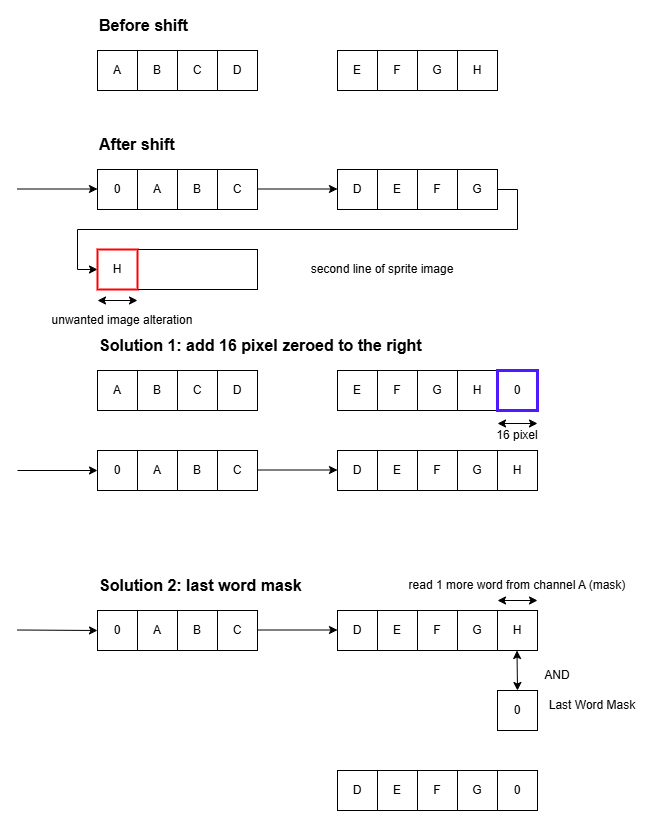
stefanocoppi/amiga_game_prog keeps this draw.io diagram as tutorials/images/blitter_shift.drawio.png. Above is the earlier version. Source tidied: cells renumbered, new cells last; positions are measured from the earlier drawing's top-left corner, leaving out a move shared by most shapes.
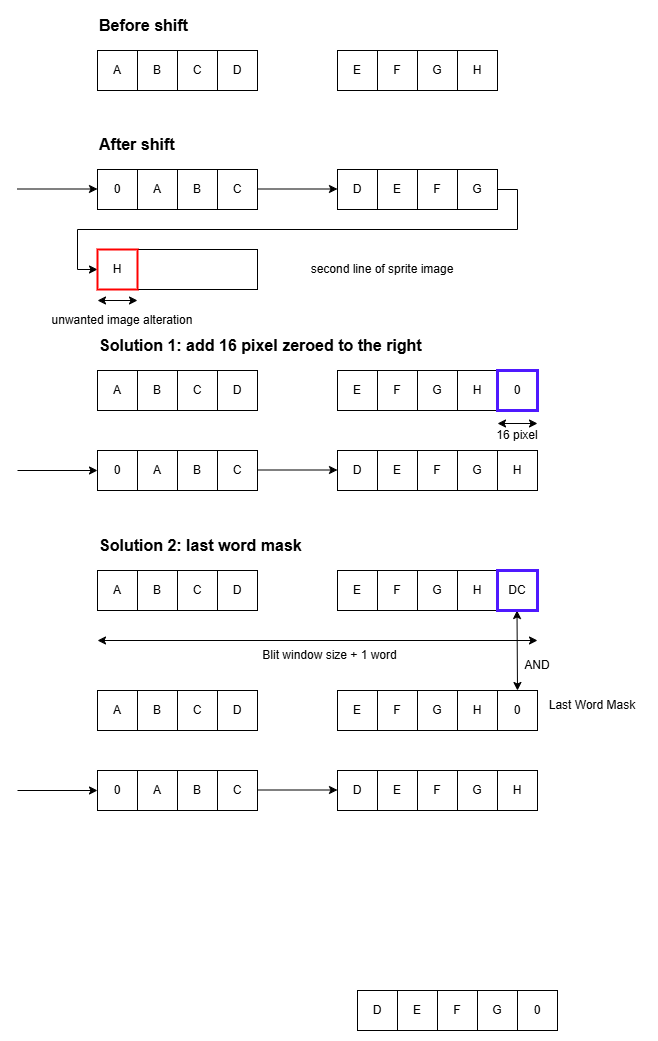
Later version of the same file.

Diff of the diagram source:
```diff
@@ -89,52 +89,8 @@
     <mxCell id="28" value="&lt;b&gt;&lt;font style=&quot;font-size: 16px;&quot;&gt;After shift&lt;/font&gt;&lt;/b&gt;" style="text;html=1;align=left;verticalAlign=middle;whiteSpace=wrap;rounded=0;" parent="1" vertex="1">
       <mxGeometry x="80" y="119" width="110" height="30" as="geometry" />
     </mxCell>
-    <mxCell id="29" style="rounded=0;whiteSpace=wrap;html=1;" parent="1" vertex="1">
-      <mxGeometry x="80" y="600" width="160" height="40" as="geometry" />
-    </mxCell>
-    <mxCell id="30" style="rounded=0;whiteSpace=wrap;html=1;" parent="1" vertex="1">
-      <mxGeometry x="320" y="600" width="200" height="40" as="geometry" />
-    </mxCell>
-    <mxCell id="31" style="endArrow=classic;html=1;rounded=0;entryX=0;entryY=0.5;entryDx=0;entryDy=0;" parent="1" edge="1" target="33">
-      <mxGeometry relative="1" as="geometry">
-        <mxPoint y="619.5" as="sourcePoint" />
-      </mxGeometry>
-    </mxCell>
-    <mxCell id="32" style="endArrow=classic;html=1;rounded=0;" parent="1" edge="1">
-      <mxGeometry relative="1" as="geometry">
-        <mxPoint x="240" y="619.5" as="sourcePoint" />
-        <mxPoint x="320" y="619.5" as="targetPoint" />
-      </mxGeometry>
-    </mxCell>
-    <mxCell id="33" value="0" style="rounded=0;whiteSpace=wrap;html=1;" parent="1" vertex="1">
-      <mxGeometry x="80" y="600" width="40" height="40" as="geometry" />
-    </mxCell>
-    <mxCell id="34" value="A" style="rounded=0;whiteSpace=wrap;html=1;" parent="1" vertex="1">
-      <mxGeometry x="120" y="600" width="40" height="40" as="geometry" />
-    </mxCell>
-    <mxCell id="35" value="B" style="rounded=0;whiteSpace=wrap;html=1;" parent="1" vertex="1">
-      <mxGeometry x="160" y="600" width="40" height="40" as="geometry" />
-    </mxCell>
-    <mxCell id="36" value="C" style="rounded=0;whiteSpace=wrap;html=1;" parent="1" vertex="1">
-      <mxGeometry x="200" y="600" width="40" height="40" as="geometry" />
-    </mxCell>
-    <mxCell id="37" value="D" style="rounded=0;whiteSpace=wrap;html=1;" parent="1" vertex="1">
-      <mxGeometry x="320" y="600" width="40" height="40" as="geometry" />
-    </mxCell>
-    <mxCell id="38" value="E" style="rounded=0;whiteSpace=wrap;html=1;" parent="1" vertex="1">
-      <mxGeometry x="360" y="600" width="40" height="40" as="geometry" />
-    </mxCell>
-    <mxCell id="39" value="F" style="rounded=0;whiteSpace=wrap;html=1;" parent="1" vertex="1">
-      <mxGeometry x="400" y="600" width="40" height="40" as="geometry" />
-    </mxCell>
-    <mxCell id="40" value="G" style="rounded=0;whiteSpace=wrap;html=1;" parent="1" vertex="1">
-      <mxGeometry x="440" y="600" width="40" height="40" as="geometry" />
-    </mxCell>
-    <mxCell id="41" value="H" style="rounded=0;whiteSpace=wrap;html=1;" parent="1" vertex="1">
-      <mxGeometry x="480" y="600" width="40" height="40" as="geometry" />
-    </mxCell>
     <mxCell id="42" value="&lt;b&gt;&lt;font style=&quot;font-size: 16px;&quot;&gt;Solution 2: last word mask&lt;/font&gt;&lt;/b&gt;" style="text;html=1;align=left;verticalAlign=middle;whiteSpace=wrap;rounded=0;" parent="1" vertex="1">
-      <mxGeometry x="80" y="560" width="220" height="30" as="geometry" />
+      <mxGeometry x="80" y="520" width="220" height="30" as="geometry" />
     </mxCell>
     <mxCell id="43" value="0" style="rounded=0;whiteSpace=wrap;html=1;" parent="1" vertex="1">
       <mxGeometry x="480" y="680" width="40" height="40" as="geometry" />
@@ -143,31 +99,30 @@
       <mxGeometry x="520" y="680" width="110" height="30" as="geometry" />
     </mxCell>
     <mxCell id="45" style="rounded=0;whiteSpace=wrap;html=1;" parent="1" vertex="1">
-      <mxGeometry x="320" y="760" width="200" height="40" as="geometry" />
+      <mxGeometry x="340" y="980" width="200" height="40" as="geometry" />
     </mxCell>
     <mxCell id="46" value="D" style="rounded=0;whiteSpace=wrap;html=1;" parent="1" vertex="1">
-      <mxGeometry x="320" y="760" width="40" height="40" as="geometry" />
+      <mxGeometry x="340" y="980" width="40" height="40" as="geometry" />
     </mxCell>
     <mxCell id="47" value="E" style="rounded=0;whiteSpace=wrap;html=1;" parent="1" vertex="1">
-      <mxGeometry x="360" y="760" width="40" height="40" as="geometry" />
+      <mxGeometry x="380" y="980" width="40" height="40" as="geometry" />
     </mxCell>
     <mxCell id="48" value="F" style="rounded=0;whiteSpace=wrap;html=1;" parent="1" vertex="1">
-      <mxGeometry x="400" y="760" width="40" height="40" as="geometry" />
+      <mxGeometry x="420" y="980" width="40" height="40" as="geometry" />
     </mxCell>
     <mxCell id="49" value="G" style="rounded=0;whiteSpace=wrap;html=1;" parent="1" vertex="1">
-      <mxGeometry x="440" y="760" width="40" height="40" as="geometry" />
+      <mxGeometry x="460" y="980" width="40" height="40" as="geometry" />
     </mxCell>
     <mxCell id="50" value="0" style="rounded=0;whiteSpace=wrap;html=1;" parent="1" vertex="1">
-      <mxGeometry x="480" y="760" width="40" height="40" as="geometry" />
+      <mxGeometry x="500" y="980" width="40" height="40" as="geometry" />
     </mxCell>
-    <mxCell id="51" style="endArrow=classic;startArrow=classic;html=1;rounded=0;" parent="1" edge="1">
+    <mxCell id="51" style="endArrow=classic;startArrow=classic;html=1;rounded=0;exitX=0.5;exitY=0;exitDx=0;exitDy=0;" parent="1" edge="1" source="43">
       <mxGeometry relative="1" as="geometry">
-        <mxPoint x="500" y="680" as="sourcePoint" />
-        <mxPoint x="499.5" y="640" as="targetPoint" />
+        <mxPoint x="499.5" y="600" as="targetPoint" />
       </mxGeometry>
     </mxCell>
     <mxCell id="52" value="AND" style="text;html=1;align=center;verticalAlign=middle;whiteSpace=wrap;rounded=0;" parent="1" vertex="1">
-      <mxGeometry x="510" y="650" width="60" height="30" as="geometry" />
+      <mxGeometry x="490" y="640" width="60" height="30" as="geometry" />
     </mxCell>
     <mxCell id="53" style="rounded=0;whiteSpace=wrap;html=1;" parent="1" vertex="1">
       <mxGeometry x="320" y="440" width="200" height="40" as="geometry" />
@@ -259,15 +214,6 @@
     <mxCell id="79" value="16 pixel" style="text;html=1;align=center;verticalAlign=middle;whiteSpace=wrap;rounded=0;" parent="1" vertex="1">
       <mxGeometry x="470" y="410" width="60" height="30" as="geometry" />
     </mxCell>
-    <mxCell id="80" style="endArrow=classic;startArrow=classic;html=1;rounded=0;" parent="1" edge="1">
-      <mxGeometry relative="1" as="geometry">
-        <mxPoint x="480" y="590" as="sourcePoint" />
-        <mxPoint x="520" y="590" as="targetPoint" />
-      </mxGeometry>
-    </mxCell>
-    <mxCell id="81" value="read 1 more word from channel A (mask)" style="text;html=1;align=center;verticalAlign=middle;whiteSpace=wrap;rounded=0;" parent="1" vertex="1">
-      <mxGeometry x="375" y="560" width="250" height="30" as="geometry" />
-    </mxCell>
     <mxCell id="82" style="endArrow=classic;startArrow=classic;html=1;rounded=0;" parent="1" edge="1">
       <mxGeometry relative="1" as="geometry">
         <mxPoint x="80" y="290" as="sourcePoint" />
@@ -280,5 +226,122 @@
     <mxCell id="84" value="second line of sprite image" style="text;html=1;align=center;verticalAlign=middle;whiteSpace=wrap;rounded=0;" parent="1" vertex="1">
       <mxGeometry x="280" y="244" width="170" height="30" as="geometry" />
     </mxCell>
+    <mxCell id="85" style="rounded=0;whiteSpace=wrap;html=1;" parent="1" vertex="1">
+      <mxGeometry x="80" y="560" width="160" height="40" as="geometry" />
+    </mxCell>
+    <mxCell id="86" value="A" style="rounded=0;whiteSpace=wrap;html=1;" parent="1" vertex="1">
+      <mxGeometry x="80" y="560" width="40" height="40" as="geometry" />
+    </mxCell>
+    <mxCell id="87" value="B" style="rounded=0;whiteSpace=wrap;html=1;" parent="1" vertex="1">
+      <mxGeometry x="120" y="560" width="40" height="40" as="geometry" />
+    </mxCell>
+    <mxCell id="88" value="C" style="rounded=0;whiteSpace=wrap;html=1;" parent="1" vertex="1">
+      <mxGeometry x="160" y="560" width="40" height="40" as="geometry" />
+    </mxCell>
+    <mxCell id="89" value="D" style="rounded=0;whiteSpace=wrap;html=1;" parent="1" vertex="1">
+      <mxGeometry x="200" y="560" width="40" height="40" as="geometry" />
+    </mxCell>
+    <mxCell id="90" style="rounded=0;whiteSpace=wrap;html=1;" parent="1" vertex="1">
+      <mxGeometry x="320" y="560" width="160" height="40" as="geometry" />
+    </mxCell>
+    <mxCell id="91" value="E" style="rounded=0;whiteSpace=wrap;html=1;" parent="1" vertex="1">
+      <mxGeometry x="320" y="560" width="40" height="40" as="geometry" />
+    </mxCell>
+    <mxCell id="92" value="F" style="rounded=0;whiteSpace=wrap;html=1;" parent="1" vertex="1">
+      <mxGeometry x="360" y="560" width="40" height="40" as="geometry" />
+    </mxCell>
+    <mxCell id="93" value="G" style="rounded=0;whiteSpace=wrap;html=1;" parent="1" vertex="1">
+      <mxGeometry x="400" y="560" width="40" height="40" as="geometry" />
+    </mxCell>
+    <mxCell id="94" value="H" style="rounded=0;whiteSpace=wrap;html=1;" parent="1" vertex="1">
+      <mxGeometry x="440" y="560" width="40" height="40" as="geometry" />
+    </mxCell>
+    <mxCell id="95" value="0" style="rounded=0;whiteSpace=wrap;html=1;" parent="1" vertex="1">
+      <mxGeometry x="480" y="560" width="40" height="40" as="geometry" />
+    </mxCell>
+    <mxCell id="96" value="DC" style="rounded=0;whiteSpace=wrap;html=1;strokeWidth=3;strokeColor=#4F19FF;" parent="1" vertex="1">
+      <mxGeometry x="480" y="560" width="40" height="40" as="geometry" />
+    </mxCell>
+    <mxCell id="97" style="endArrow=classic;html=1;rounded=0;startArrow=classic;startFill=1;" parent="1" edge="1">
+      <mxGeometry relative="1" as="geometry">
+        <mxPoint x="80" y="630" as="sourcePoint" />
+        <mxPoint x="520" y="630" as="targetPoint" />
+      </mxGeometry>
+    </mxCell>
+    <mxCell id="98" value="Blit window size + 1 word" style="text;html=1;align=center;verticalAlign=middle;whiteSpace=wrap;rounded=0;" parent="1" vertex="1">
+      <mxGeometry x="200" y="630" width="225" height="30" as="geometry" />
+    </mxCell>
+    <mxCell id="99" style="rounded=0;whiteSpace=wrap;html=1;" parent="1" vertex="1">
+      <mxGeometry x="80" y="680" width="160" height="40" as="geometry" />
+    </mxCell>
+    <mxCell id="100" value="A" style="rounded=0;whiteSpace=wrap;html=1;" parent="1" vertex="1">
+      <mxGeometry x="80" y="680" width="40" height="40" as="geometry" />
+    </mxCell>
+    <mxCell id="101" value="B" style="rounded=0;whiteSpace=wrap;html=1;" parent="1" vertex="1">
+      <mxGeometry x="120" y="680" width="40" height="40" as="geometry" />
+    </mxCell>
+    <mxCell id="102" value="C" style="rounded=0;whiteSpace=wrap;html=1;" parent="1" vertex="1">
+      <mxGeometry x="160" y="680" width="40" height="40" as="geometry" />
+    </mxCell>
+    <mxCell id="103" value="D" style="rounded=0;whiteSpace=wrap;html=1;" parent="1" vertex="1">
+      <mxGeometry x="200" y="680" width="40" height="40" as="geometry" />
+    </mxCell>
+    <mxCell id="104" style="rounded=0;whiteSpace=wrap;html=1;" parent="1" vertex="1">
+      <mxGeometry x="320" y="680" width="160" height="40" as="geometry" />
+    </mxCell>
+    <mxCell id="105" value="E" style="rounded=0;whiteSpace=wrap;html=1;" parent="1" vertex="1">
+      <mxGeometry x="320" y="680" width="40" height="40" as="geometry" />
+    </mxCell>
+    <mxCell id="106" value="F" style="rounded=0;whiteSpace=wrap;html=1;" parent="1" vertex="1">
+      <mxGeometry x="360" y="680" width="40" height="40" as="geometry" />
+    </mxCell>
+    <mxCell id="107" value="G" style="rounded=0;whiteSpace=wrap;html=1;" parent="1" vertex="1">
+      <mxGeometry x="400" y="680" width="40" height="40" as="geometry" />
+    </mxCell>
+    <mxCell id="108" value="H" style="rounded=0;whiteSpace=wrap;html=1;" parent="1" vertex="1">
+      <mxGeometry x="440" y="680" width="40" height="40" as="geometry" />
+    </mxCell>
+    <mxCell id="109" style="rounded=0;whiteSpace=wrap;html=1;" parent="1" vertex="1">
+      <mxGeometry x="320" y="760" width="200" height="40" as="geometry" />
+    </mxCell>
+    <mxCell id="110" style="endArrow=classic;html=1;rounded=0;" parent="1" edge="1">
+      <mxGeometry relative="1" as="geometry">
+        <mxPoint y="780" as="sourcePoint" />
+        <mxPoint x="80" y="780" as="targetPoint" />
+      </mxGeometry>
+    </mxCell>
+    <mxCell id="111" style="endArrow=classic;html=1;rounded=0;" parent="1" edge="1">
+      <mxGeometry relative="1" as="geometry">
+        <mxPoint x="240" y="779.5" as="sourcePoint" />
+        <mxPoint x="320" y="779.5" as="targetPoint" />
+      </mxGeometry>
+    </mxCell>
+    <mxCell id="112" value="A" style="rounded=0;whiteSpace=wrap;html=1;" parent="1" vertex="1">
+      <mxGeometry x="120" y="760" width="40" height="40" as="geometry" />
+    </mxCell>
+    <mxCell id="113" value="B" style="rounded=0;whiteSpace=wrap;html=1;" parent="1" vertex="1">
+      <mxGeometry x="160" y="760" width="40" height="40" as="geometry" />
+    </mxCell>
+    <mxCell id="114" value="C" style="rounded=0;whiteSpace=wrap;html=1;" parent="1" vertex="1">
+      <mxGeometry x="200" y="760" width="40" height="40" as="geometry" />
+    </mxCell>
+    <mxCell id="115" value="E" style="rounded=0;whiteSpace=wrap;html=1;" parent="1" vertex="1">
+      <mxGeometry x="360" y="760" width="40" height="40" as="geometry" />
+    </mxCell>
+    <mxCell id="116" value="F" style="rounded=0;whiteSpace=wrap;html=1;" parent="1" vertex="1">
+      <mxGeometry x="400" y="760" width="40" height="40" as="geometry" />
+    </mxCell>
+    <mxCell id="117" value="G" style="rounded=0;whiteSpace=wrap;html=1;" parent="1" vertex="1">
+      <mxGeometry x="440" y="760" width="40" height="40" as="geometry" />
+    </mxCell>
+    <mxCell id="118" value="H" style="rounded=0;whiteSpace=wrap;html=1;" parent="1" vertex="1">
+      <mxGeometry x="480" y="760" width="40" height="40" as="geometry" />
+    </mxCell>
+    <mxCell id="119" value="0" style="rounded=0;whiteSpace=wrap;html=1;" parent="1" vertex="1">
+      <mxGeometry x="80" y="760" width="40" height="40" as="geometry" />
+    </mxCell>
+    <mxCell id="120" value="D" style="rounded=0;whiteSpace=wrap;html=1;" parent="1" vertex="1">
+      <mxGeometry x="320" y="760" width="40" height="40" as="geometry" />
+    </mxCell>
   </root>
 </mxGraphModel>
```
